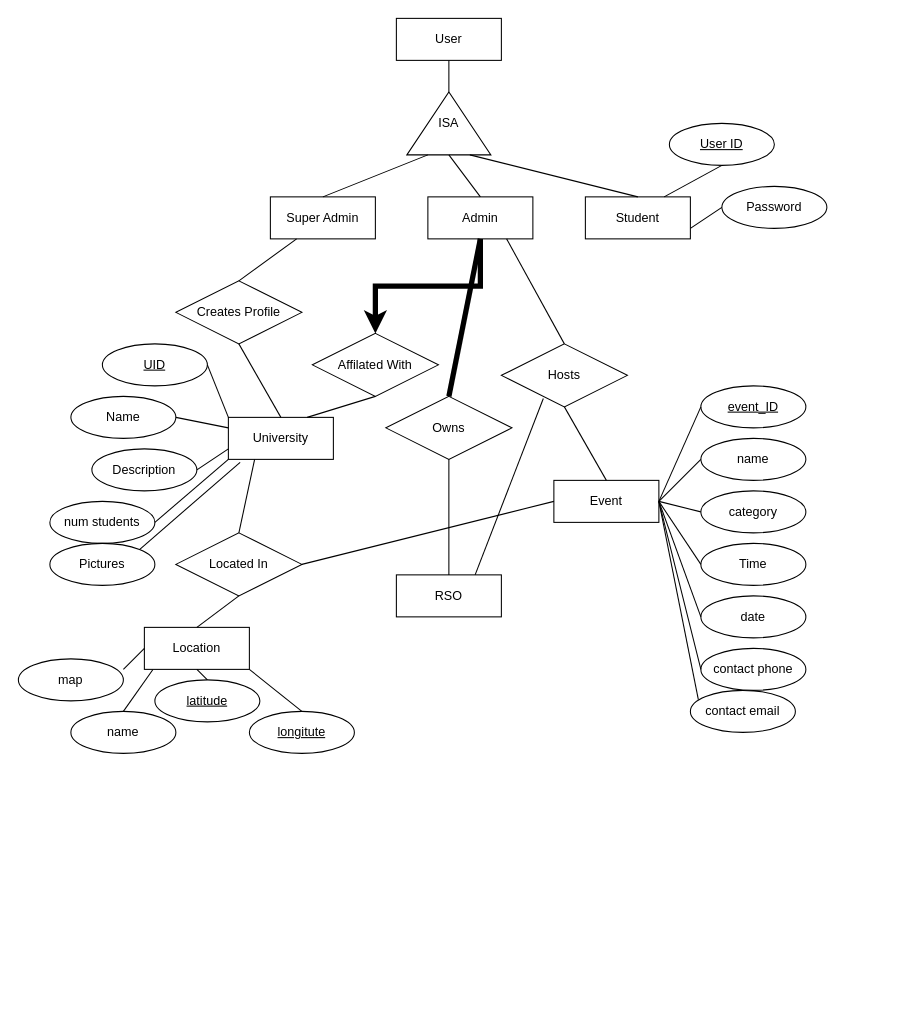
The draw.io diagram ER model.drawio in neomagic100/Database_Term_Project, before the edit. Source tidied: cells renumbered, new cells numbered last; positions are measured from the earlier drawing's top-left corner, leaving out a move shared by most shapes. Both pictures are drawn from the tidied source at 105%, with x=0, y=0 at pixel (18, 18).
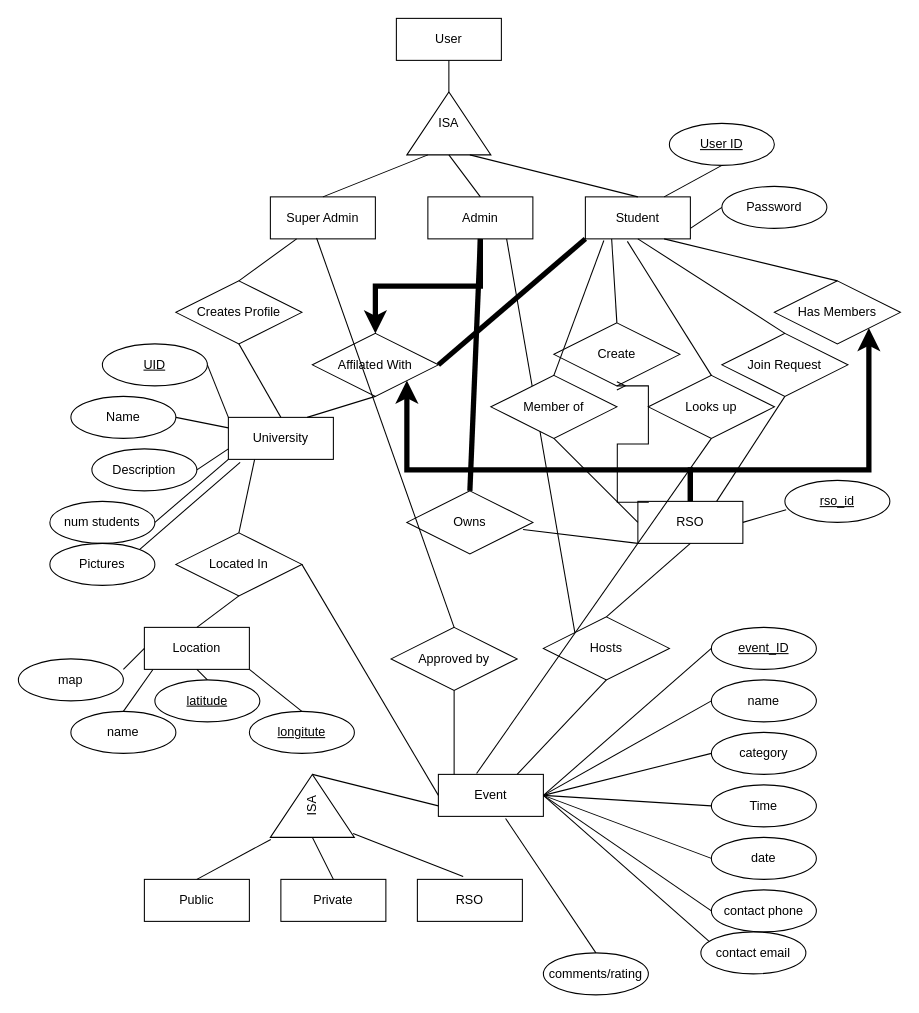
Above is the later version.

The change refers to these unchanged cells:
```xml
<mxCell id="4" value="Student" style="whiteSpace=wrap;html=1;align=center;" parent="1" vertex="1">
  <mxGeometry x="540" y="170" width="100" height="40" as="geometry" />
</mxCell>
<mxCell id="6" value="Admin" style="whiteSpace=wrap;html=1;align=center;" parent="1" vertex="1">
  <mxGeometry x="390" y="170" width="100" height="40" as="geometry" />
</mxCell>
<mxCell id="7" value="Super Admin" style="whiteSpace=wrap;html=1;align=center;" parent="1" vertex="1">
  <mxGeometry x="240" y="170" width="100" height="40" as="geometry" />
</mxCell>
<mxCell id="24" value="Affilated With" style="shape=rhombus;perimeter=rhombusPerimeter;whiteSpace=wrap;html=1;align=center;" parent="1" vertex="1">
  <mxGeometry x="280" y="300" width="120" height="60" as="geometry" />
</mxCell>
```

Change to the diagram source:
```diff
@@
     <mxCell id="20" value="Owns" style="shape=rhombus;perimeter=rhombusPerimeter;whiteSpace=wrap;html=1;align=center;" parent="1" vertex="1">
-      <mxGeometry x="350" y="360" width="120" height="60" as="geometry" />
+      <mxGeometry x="370" y="450" width="120" height="60" as="geometry" />
     </mxCell>
+    <mxCell id="68" style="edgeStyle=orthogonalEdgeStyle;rounded=0;jettySize=auto;html=1;entryX=1;entryY=1;entryDx=0;entryDy=0;strokeWidth=5;" parent="1" edge="1" source="21" target="24">
+      <mxGeometry relative="1" as="geometry">
+        <Array as="points">
+          <mxPoint x="640" y="430" />
+          <mxPoint x="370" y="430" />
+        </Array>
+      </mxGeometry>
+    </mxCell>
+    <mxCell id="69" style="edgeStyle=orthogonalEdgeStyle;rounded=0;jettySize=auto;html=1;entryX=1;entryY=1;entryDx=0;entryDy=0;strokeWidth=5;" parent="1" edge="1" source="21" target="86">
+      <mxGeometry relative="1" as="geometry">
+        <Array as="points">
+          <mxPoint x="640" y="430" />
+          <mxPoint x="810" y="430" />
+        </Array>
+      </mxGeometry>
+    </mxCell>
     <mxCell id="21" value="RSO" style="whiteSpace=wrap;html=1;align=center;" parent="1" vertex="1">
-      <mxGeometry x="360" y="530" width="100" height="40" as="geometry" />
+      <mxGeometry x="590" y="460" width="100" height="40" as="geometry" />
     </mxCell>
-    <mxCell id="22" style="endArrow=none;html=1;rounded=0;exitX=0.5;exitY=1;exitDx=0;exitDy=0;entryX=0.5;entryY=0;entryDx=0;entryDy=0;" parent="1" edge="1" source="20" target="21">
+    <mxCell id="22" style="endArrow=none;html=1;rounded=0;entryX=0;entryY=1;entryDx=0;entryDy=0;exitX=0.922;exitY=0.613;exitDx=0;exitDy=0;exitPerimeter=0;" parent="1" edge="1" source="20" target="21">
       <mxGeometry relative="1" as="geometry" />
     </mxCell>
@@
     <mxCell id="30" value="Hosts" style="shape=rhombus;perimeter=rhombusPerimeter;whiteSpace=wrap;html=1;align=center;" parent="1" vertex="1">
-      <mxGeometry x="460" y="310" width="120" height="60" as="geometry" />
+      <mxGeometry x="500" y="570" width="120" height="60" as="geometry" />
     </mxCell>
     <mxCell id="31" value="Event" style="whiteSpace=wrap;html=1;align=center;" parent="1" vertex="1">
-      <mxGeometry x="510" y="440" width="100" height="40" as="geometry" />
+      <mxGeometry x="400" y="720" width="100" height="40" as="geometry" />
     </mxCell>
-    <mxCell id="32" style="endArrow=none;html=1;rounded=0;strokeWidth=1;exitX=0.75;exitY=1;exitDx=0;exitDy=0;entryX=0.5;entryY=0;entryDx=0;entryDy=0;" parent="1" edge="1" source="6" target="30">
-      <mxGeometry relative="1" as="geometry" />
-    </mxCell>
-    <mxCell id="33" style="endArrow=none;html=1;rounded=0;strokeWidth=1;entryX=0.5;entryY=1;entryDx=0;entryDy=0;exitX=0.5;exitY=0;exitDx=0;exitDy=0;" parent="1" edge="1" source="31" target="30">
+    <mxCell id="33" style="endArrow=none;html=1;rounded=0;strokeWidth=1;entryX=0;entryY=0.75;entryDx=0;entryDy=0;exitX=1;exitY=0.5;exitDx=0;exitDy=0;" parent="1" edge="1" source="83" target="31">
       <mxGeometry relative="1" as="geometry" />
     </mxCell>
@@
     <mxCell id="52" value="contact email" style="ellipse;whiteSpace=wrap;html=1;align=center;" parent="1" vertex="1">
-      <mxGeometry x="640" y="640" width="100" height="40" as="geometry" />
+      <mxGeometry x="650" y="870" width="100" height="40" as="geometry" />
     </mxCell>
     <mxCell id="53" value="contact phone" style="ellipse;whiteSpace=wrap;html=1;align=center;" parent="1" vertex="1">
-      <mxGeometry x="650" y="600" width="100" height="40" as="geometry" />
+      <mxGeometry x="660" y="830" width="100" height="40" as="geometry" />
     </mxCell>
     <mxCell id="54" value="date" style="ellipse;whiteSpace=wrap;html=1;align=center;" parent="1" vertex="1">
-      <mxGeometry x="650" y="550" width="100" height="40" as="geometry" />
+      <mxGeometry x="660" y="780" width="100" height="40" as="geometry" />
     </mxCell>
     <mxCell id="55" value="Time" style="ellipse;whiteSpace=wrap;html=1;align=center;" parent="1" vertex="1">
-      <mxGeometry x="650" y="500" width="100" height="40" as="geometry" />
+      <mxGeometry x="660" y="730" width="100" height="40" as="geometry" />
     </mxCell>
     <mxCell id="56" value="category" style="ellipse;whiteSpace=wrap;html=1;align=center;" parent="1" vertex="1">
-      <mxGeometry x="650" y="450" width="100" height="40" as="geometry" />
+      <mxGeometry x="660" y="680" width="100" height="40" as="geometry" />
     </mxCell>
     <mxCell id="57" value="name" style="ellipse;whiteSpace=wrap;html=1;align=center;" parent="1" vertex="1">
-      <mxGeometry x="650" y="400" width="100" height="40" as="geometry" />
+      <mxGeometry x="660" y="630" width="100" height="40" as="geometry" />
     </mxCell>
     <mxCell id="58" value="event_ID" style="ellipse;whiteSpace=wrap;html=1;align=center;fontStyle=4;" parent="1" vertex="1">
-      <mxGeometry x="650" y="350" width="100" height="40" as="geometry" />
+      <mxGeometry x="660" y="580" width="100" height="40" as="geometry" />
     </mxCell>
@@
-    <mxCell id="66" style="endArrow=none;html=1;rounded=0;strokeColor=default;strokeWidth=1;entryX=0.333;entryY=0.867;entryDx=0;entryDy=0;entryPerimeter=0;exitX=0.75;exitY=0;exitDx=0;exitDy=0;" parent="1" edge="1" source="21" target="30">
+    <mxCell id="66" style="endArrow=none;html=1;rounded=0;strokeColor=default;strokeWidth=1;entryX=0.5;entryY=0;entryDx=0;entryDy=0;exitX=0.5;exitY=1;exitDx=0;exitDy=0;" parent="1" edge="1" source="21" target="30">
       <mxGeometry relative="1" as="geometry" />
     </mxCell>
@@
+    <mxCell id="70" value="Join Request" style="shape=rhombus;perimeter=rhombusPerimeter;whiteSpace=wrap;html=1;align=center;" parent="1" vertex="1">
+      <mxGeometry x="670" y="300" width="120" height="60" as="geometry" />
+    </mxCell>
+    <mxCell id="71" style="endArrow=none;html=1;rounded=0;entryX=0.5;entryY=1;entryDx=0;entryDy=0;exitX=0.5;exitY=0;exitDx=0;exitDy=0;" parent="1" edge="1" source="70" target="4">
+      <mxGeometry relative="1" as="geometry" />
+    </mxCell>
+    <mxCell id="72" style="endArrow=none;html=1;rounded=0;entryX=0.75;entryY=0;entryDx=0;entryDy=0;exitX=0.5;exitY=1;exitDx=0;exitDy=0;" parent="1" edge="1" source="70" target="21">
+      <mxGeometry relative="1" as="geometry" />
+    </mxCell>
+    <mxCell id="73" value="rso_id" style="ellipse;whiteSpace=wrap;html=1;align=center;fontStyle=4;" parent="1" vertex="1">
+      <mxGeometry x="730" y="440" width="100" height="40" as="geometry" />
+    </mxCell>
+    <mxCell id="74" style="endArrow=none;html=1;rounded=0;entryX=0.012;entryY=0.7;entryDx=0;entryDy=0;entryPerimeter=0;exitX=1;exitY=0.5;exitDx=0;exitDy=0;" parent="1" edge="1" source="21" target="73">
+      <mxGeometry relative="1" as="geometry" />
+    </mxCell>
+    <mxCell id="75" value="Create" style="shape=rhombus;perimeter=rhombusPerimeter;whiteSpace=wrap;html=1;align=center;" parent="1" vertex="1">
+      <mxGeometry x="510" y="290" width="120" height="60" as="geometry" />
+    </mxCell>
+    <mxCell id="76" style="endArrow=none;html=1;rounded=0;entryX=0.25;entryY=1;entryDx=0;entryDy=0;exitX=0.5;exitY=0;exitDx=0;exitDy=0;" parent="1" edge="1" source="75" target="4">
+      <mxGeometry relative="1" as="geometry" />
+    </mxCell>
+    <mxCell id="77" style="edgeStyle=entityRelationEdgeStyle;fontSize=12;html=1;endArrow=ERmany;rounded=0;entryX=0.5;entryY=1;entryDx=0;entryDy=0;exitX=0.104;exitY=0.02;exitDx=0;exitDy=0;exitPerimeter=0;" parent="1" edge="1" source="21" target="75">
+      <mxGeometry relative="1" as="geometry" />
+    </mxCell>
+    <mxCell id="78" value="Looks up" style="shape=rhombus;perimeter=rhombusPerimeter;whiteSpace=wrap;html=1;align=center;" parent="1" vertex="1">
+      <mxGeometry x="600" y="340" width="120" height="60" as="geometry" />
+    </mxCell>
+    <mxCell id="79" style="endArrow=none;html=1;rounded=0;exitX=0.5;exitY=1;exitDx=0;exitDy=0;entryX=0.364;entryY=-0.02;entryDx=0;entryDy=0;entryPerimeter=0;" parent="1" edge="1" source="78" target="31">
+      <mxGeometry relative="1" as="geometry" />
+    </mxCell>
+    <mxCell id="80" style="endArrow=none;html=1;rounded=0;exitX=0.4;exitY=1.06;exitDx=0;exitDy=0;exitPerimeter=0;entryX=0.5;entryY=0;entryDx=0;entryDy=0;" parent="1" edge="1" source="4" target="78">
+      <mxGeometry relative="1" as="geometry" />
+    </mxCell>
+    <mxCell id="81" style="endArrow=none;html=1;rounded=0;entryX=0.75;entryY=1;entryDx=0;entryDy=0;exitX=0;exitY=0;exitDx=0;exitDy=0;" parent="1" edge="1" source="30" target="6">
+      <mxGeometry relative="1" as="geometry" />
+    </mxCell>
+    <mxCell id="82" style="endArrow=none;html=1;rounded=0;exitX=0.75;exitY=0;exitDx=0;exitDy=0;entryX=0.5;entryY=1;entryDx=0;entryDy=0;strokeWidth=1;" parent="1" edge="1" source="31" target="30">
+      <mxGeometry relative="1" as="geometry" />
+    </mxCell>
+    <mxCell id="83" value="ISA" style="triangle;whiteSpace=wrap;html=1;rotation=-90;" parent="1" vertex="1">
+      <mxGeometry x="250" y="710" width="60" height="80" as="geometry" />
+    </mxCell>
+    <mxCell id="84" value="Private" style="whiteSpace=wrap;html=1;align=center;" parent="1" vertex="1">
+      <mxGeometry x="250" y="820" width="100" height="40" as="geometry" />
+    </mxCell>
+    <mxCell id="85" value="Public" style="whiteSpace=wrap;html=1;align=center;" parent="1" vertex="1">
+      <mxGeometry x="120" y="820" width="100" height="40" as="geometry" />
+    </mxCell>
+    <mxCell id="86" value="Has Members" style="shape=rhombus;perimeter=rhombusPerimeter;whiteSpace=wrap;html=1;align=center;" parent="1" vertex="1">
+      <mxGeometry x="720" y="250" width="120" height="60" as="geometry" />
+    </mxCell>
+    <mxCell id="87" style="endArrow=none;html=1;rounded=0;strokeWidth=1;exitX=0.75;exitY=1;exitDx=0;exitDy=0;entryX=0.5;entryY=0;entryDx=0;entryDy=0;" parent="1" edge="1" source="4" target="86">
+      <mxGeometry relative="1" as="geometry" />
+    </mxCell>
+    <mxCell id="88" value="RSO" style="whiteSpace=wrap;html=1;align=center;" parent="1" vertex="1">
+      <mxGeometry x="380" y="820" width="100" height="40" as="geometry" />
+    </mxCell>
+    <mxCell id="89" style="endArrow=none;html=1;rounded=0;strokeWidth=1;exitX=0.436;exitY=-0.07;exitDx=0;exitDy=0;exitPerimeter=0;entryX=0.06;entryY=0.985;entryDx=0;entryDy=0;entryPerimeter=0;" parent="1" edge="1" source="88" target="83">
+      <mxGeometry relative="1" as="geometry" />
+    </mxCell>
+    <mxCell id="90" style="endArrow=none;html=1;rounded=0;strokeWidth=1;exitX=0;exitY=0.5;exitDx=0;exitDy=0;entryX=0.5;entryY=0;entryDx=0;entryDy=0;" parent="1" edge="1" source="83" target="84">
+      <mxGeometry relative="1" as="geometry" />
+    </mxCell>
+    <mxCell id="91" style="endArrow=none;html=1;rounded=0;strokeWidth=1;exitX=-0.033;exitY=0.005;exitDx=0;exitDy=0;exitPerimeter=0;entryX=0.5;entryY=0;entryDx=0;entryDy=0;" parent="1" edge="1" source="83" target="85">
+      <mxGeometry relative="1" as="geometry" />
+    </mxCell>
+    <mxCell id="92" style="endArrow=none;html=1;rounded=0;strokeWidth=5;exitX=0;exitY=1;exitDx=0;exitDy=0;entryX=1;entryY=0.5;entryDx=0;entryDy=0;" parent="1" edge="1" source="4" target="24">
+      <mxGeometry relative="1" as="geometry" />
+    </mxCell>
+    <mxCell id="93" value="Member of" style="shape=rhombus;perimeter=rhombusPerimeter;whiteSpace=wrap;html=1;align=center;" parent="1" vertex="1">
+      <mxGeometry x="450" y="340" width="120" height="60" as="geometry" />
+    </mxCell>
+    <mxCell id="94" style="endArrow=none;html=1;rounded=0;strokeWidth=1;entryX=0.176;entryY=1.04;entryDx=0;entryDy=0;entryPerimeter=0;exitX=0.5;exitY=0;exitDx=0;exitDy=0;" parent="1" edge="1" source="93" target="4">
+      <mxGeometry relative="1" as="geometry" />
+    </mxCell>
+    <mxCell id="95" style="endArrow=none;html=1;rounded=0;strokeWidth=1;entryX=0.5;entryY=1;entryDx=0;entryDy=0;exitX=0;exitY=0.5;exitDx=0;exitDy=0;" parent="1" edge="1" source="21" target="93">
+      <mxGeometry relative="1" as="geometry" />
+    </mxCell>
+    <mxCell id="96" value="Approved by" style="shape=rhombus;perimeter=rhombusPerimeter;whiteSpace=wrap;html=1;align=center;" parent="1" vertex="1">
+      <mxGeometry x="355" y="580" width="120" height="60" as="geometry" />
+    </mxCell>
+    <mxCell id="97" style="endArrow=none;html=1;rounded=0;strokeWidth=1;entryX=0.5;entryY=1;entryDx=0;entryDy=0;exitX=0.15;exitY=0;exitDx=0;exitDy=0;exitPerimeter=0;" parent="1" edge="1" source="31" target="96">
+      <mxGeometry relative="1" as="geometry" />
+    </mxCell>
+    <mxCell id="98" style="endArrow=none;html=1;rounded=0;strokeWidth=1;exitX=0.5;exitY=0;exitDx=0;exitDy=0;entryX=0.44;entryY=0.98;entryDx=0;entryDy=0;entryPerimeter=0;" parent="1" edge="1" source="96" target="7">
+      <mxGeometry relative="1" as="geometry" />
+    </mxCell>
+    <mxCell id="99" value="comments/rating" style="ellipse;whiteSpace=wrap;html=1;align=center;" parent="1" vertex="1">
+      <mxGeometry x="500" y="890" width="100" height="40" as="geometry" />
+    </mxCell>
+    <mxCell id="100" style="endArrow=none;html=1;rounded=0;strokeWidth=1;entryX=0.64;entryY=1.05;entryDx=0;entryDy=0;entryPerimeter=0;exitX=0.5;exitY=0;exitDx=0;exitDy=0;" parent="1" edge="1" source="99" target="31">
+      <mxGeometry relative="1" as="geometry" />
+    </mxCell>
```
